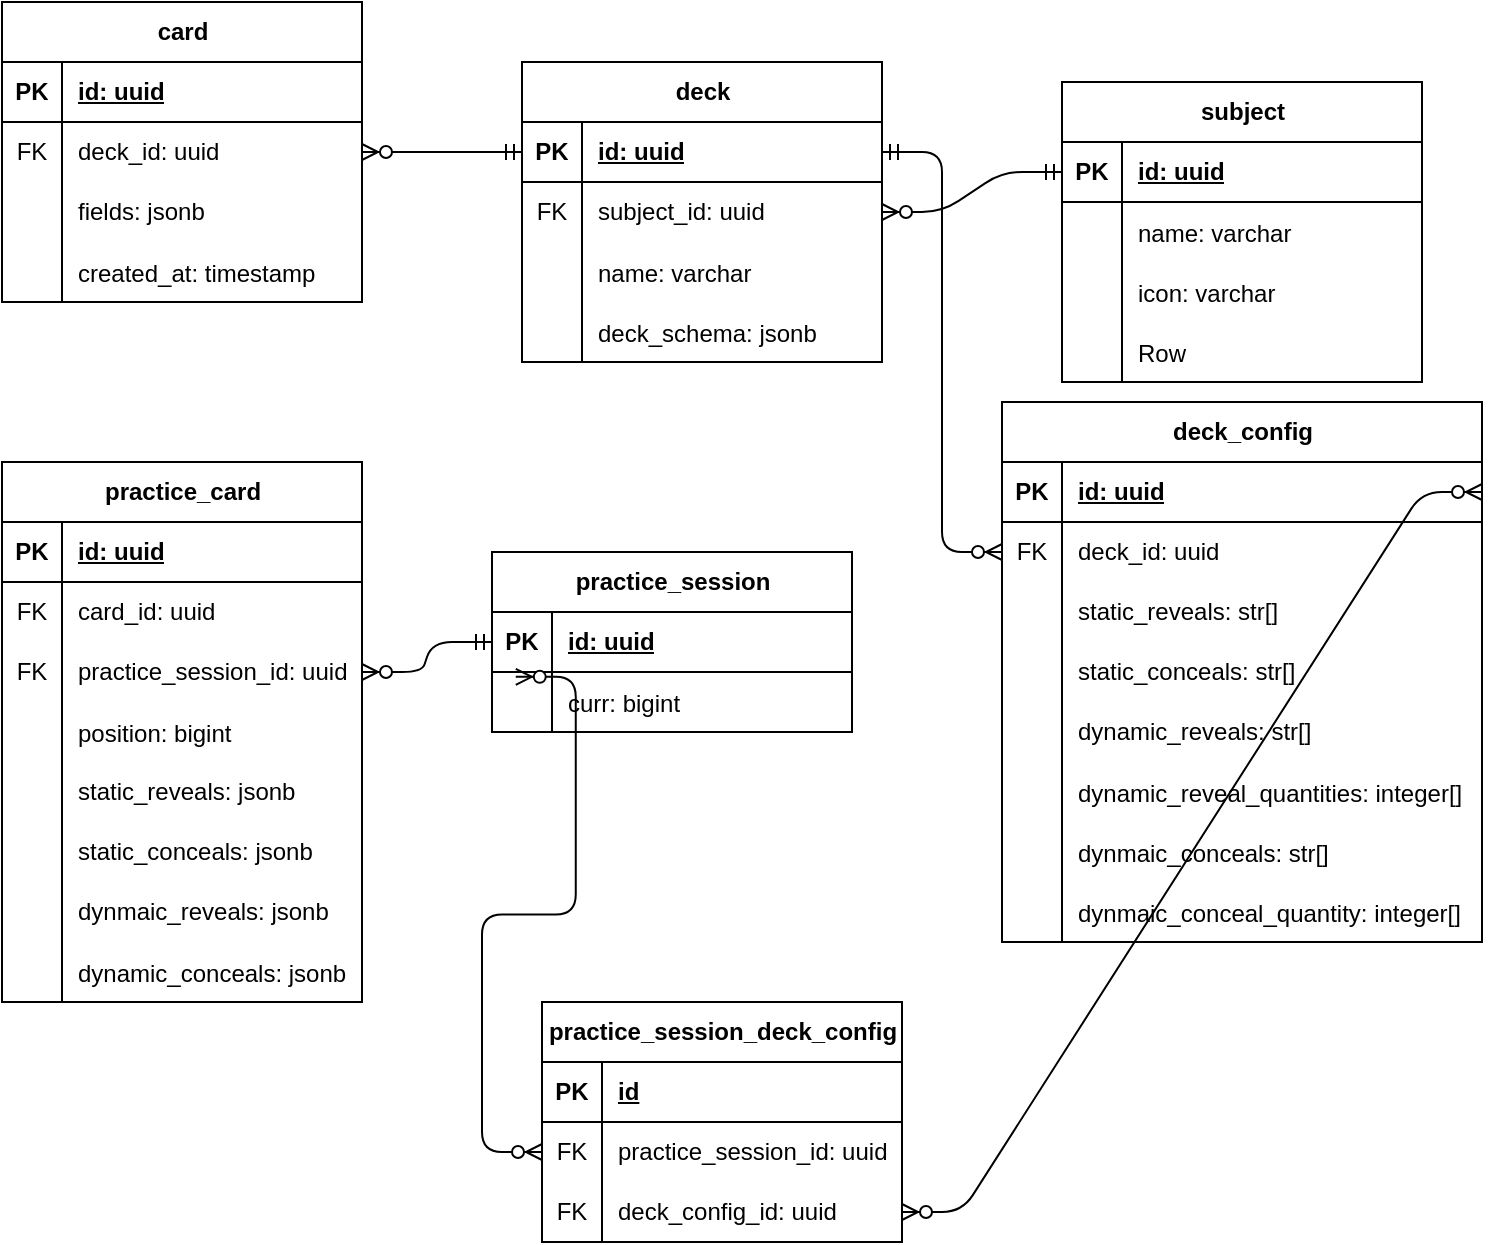
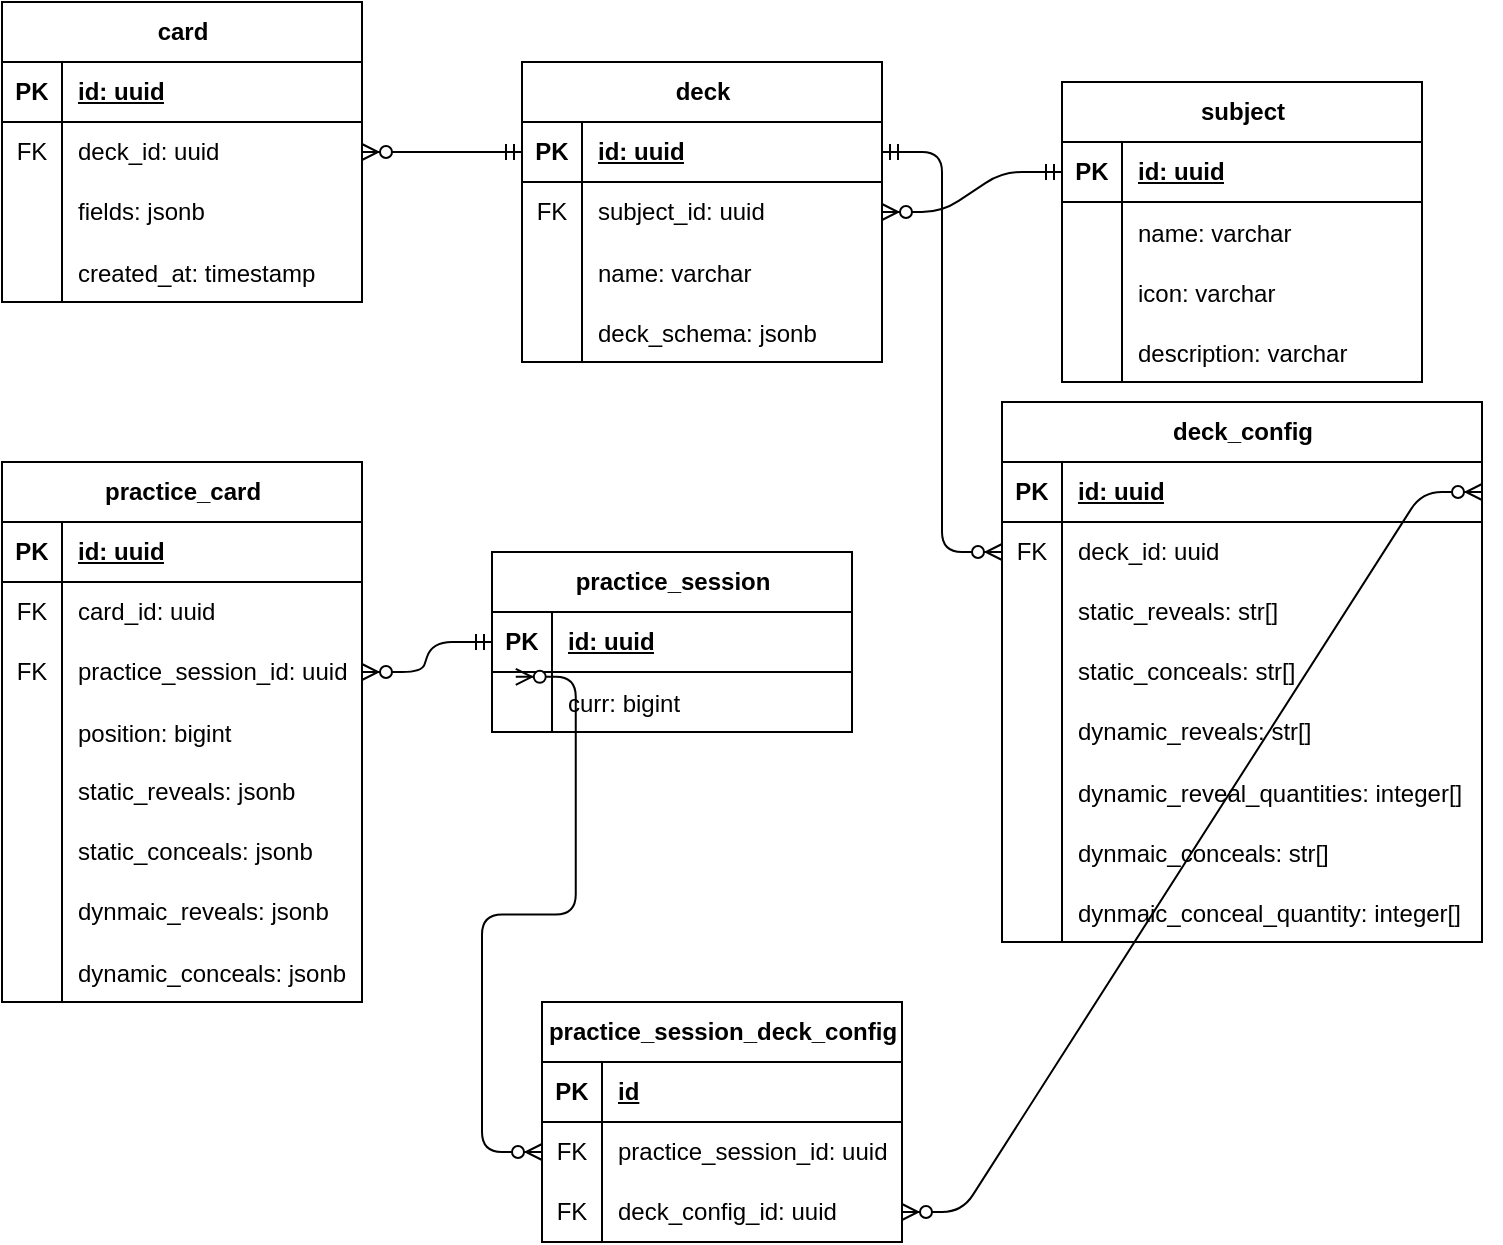
<mxfile host="65bd71144e">
    <diagram name="Page-1" id="E77Z4vSiBEVu_ntfNBje">
        <mxGraphModel dx="786" dy="487" grid="1" gridSize="10" guides="1" tooltips="1" connect="1" arrows="1" fold="1" page="1" pageScale="1" pageWidth="850" pageHeight="1100" math="0" shadow="0">
            <root>
                <mxCell id="0"/>
                <mxCell id="1" parent="0"/>
                <mxCell id="a0jAnDUGsL0N-l5X0XVK-1" value="card" style="shape=table;startSize=30;container=1;collapsible=1;childLayout=tableLayout;fixedRows=1;rowLines=0;fontStyle=1;align=center;resizeLast=1;html=1;" parent="1" vertex="1">
                    <mxGeometry y="80" width="180" height="150" as="geometry"/>
                </mxCell>
                <mxCell id="a0jAnDUGsL0N-l5X0XVK-2" value="" style="shape=tableRow;horizontal=0;startSize=0;swimlaneHead=0;swimlaneBody=0;fillColor=none;collapsible=0;dropTarget=0;points=[[0,0.5],[1,0.5]];portConstraint=eastwest;top=0;left=0;right=0;bottom=1;" parent="a0jAnDUGsL0N-l5X0XVK-1" vertex="1">
                    <mxGeometry y="30" width="180" height="30" as="geometry"/>
                </mxCell>
                <mxCell id="a0jAnDUGsL0N-l5X0XVK-3" value="PK" style="shape=partialRectangle;connectable=0;fillColor=none;top=0;left=0;bottom=0;right=0;fontStyle=1;overflow=hidden;whiteSpace=wrap;html=1;" parent="a0jAnDUGsL0N-l5X0XVK-2" vertex="1">
                    <mxGeometry width="30" height="30" as="geometry">
                        <mxRectangle width="30" height="30" as="alternateBounds"/>
                    </mxGeometry>
                </mxCell>
                <mxCell id="a0jAnDUGsL0N-l5X0XVK-4" value="id: uuid" style="shape=partialRectangle;connectable=0;fillColor=none;top=0;left=0;bottom=0;right=0;align=left;spacingLeft=6;fontStyle=5;overflow=hidden;whiteSpace=wrap;html=1;" parent="a0jAnDUGsL0N-l5X0XVK-2" vertex="1">
                    <mxGeometry x="30" width="150" height="30" as="geometry">
                        <mxRectangle width="150" height="30" as="alternateBounds"/>
                    </mxGeometry>
                </mxCell>
                <mxCell id="a0jAnDUGsL0N-l5X0XVK-39" value="" style="shape=tableRow;horizontal=0;startSize=0;swimlaneHead=0;swimlaneBody=0;fillColor=none;collapsible=0;dropTarget=0;points=[[0,0.5],[1,0.5]];portConstraint=eastwest;top=0;left=0;right=0;bottom=0;" parent="a0jAnDUGsL0N-l5X0XVK-1" vertex="1">
                    <mxGeometry y="60" width="180" height="30" as="geometry"/>
                </mxCell>
                <mxCell id="a0jAnDUGsL0N-l5X0XVK-40" value="FK" style="shape=partialRectangle;connectable=0;fillColor=none;top=0;left=0;bottom=0;right=0;fontStyle=0;overflow=hidden;whiteSpace=wrap;html=1;" parent="a0jAnDUGsL0N-l5X0XVK-39" vertex="1">
                    <mxGeometry width="30" height="30" as="geometry">
                        <mxRectangle width="30" height="30" as="alternateBounds"/>
                    </mxGeometry>
                </mxCell>
                <mxCell id="a0jAnDUGsL0N-l5X0XVK-41" value="deck_id: uuid" style="shape=partialRectangle;connectable=0;fillColor=none;top=0;left=0;bottom=0;right=0;align=left;spacingLeft=6;fontStyle=0;overflow=hidden;whiteSpace=wrap;html=1;" parent="a0jAnDUGsL0N-l5X0XVK-39" vertex="1">
                    <mxGeometry x="30" width="150" height="30" as="geometry">
                        <mxRectangle width="150" height="30" as="alternateBounds"/>
                    </mxGeometry>
                </mxCell>
                <mxCell id="a0jAnDUGsL0N-l5X0XVK-35" value="" style="shape=tableRow;horizontal=0;startSize=0;swimlaneHead=0;swimlaneBody=0;fillColor=none;collapsible=0;dropTarget=0;points=[[0,0.5],[1,0.5]];portConstraint=eastwest;top=0;left=0;right=0;bottom=0;" parent="a0jAnDUGsL0N-l5X0XVK-1" vertex="1">
                    <mxGeometry y="90" width="180" height="30" as="geometry"/>
                </mxCell>
                <mxCell id="a0jAnDUGsL0N-l5X0XVK-36" value="" style="shape=partialRectangle;connectable=0;fillColor=none;top=0;left=0;bottom=0;right=0;editable=1;overflow=hidden;whiteSpace=wrap;html=1;" parent="a0jAnDUGsL0N-l5X0XVK-35" vertex="1">
                    <mxGeometry width="30" height="30" as="geometry">
                        <mxRectangle width="30" height="30" as="alternateBounds"/>
                    </mxGeometry>
                </mxCell>
                <mxCell id="a0jAnDUGsL0N-l5X0XVK-37" value="fields: jsonb" style="shape=partialRectangle;connectable=0;fillColor=none;top=0;left=0;bottom=0;right=0;align=left;spacingLeft=6;overflow=hidden;whiteSpace=wrap;html=1;" parent="a0jAnDUGsL0N-l5X0XVK-35" vertex="1">
                    <mxGeometry x="30" width="150" height="30" as="geometry">
                        <mxRectangle width="150" height="30" as="alternateBounds"/>
                    </mxGeometry>
                </mxCell>
                <mxCell id="a0jAnDUGsL0N-l5X0XVK-70" value="" style="shape=tableRow;horizontal=0;startSize=0;swimlaneHead=0;swimlaneBody=0;fillColor=none;collapsible=0;dropTarget=0;points=[[0,0.5],[1,0.5]];portConstraint=eastwest;top=0;left=0;right=0;bottom=0;" parent="a0jAnDUGsL0N-l5X0XVK-1" vertex="1">
                    <mxGeometry y="120" width="180" height="30" as="geometry"/>
                </mxCell>
                <mxCell id="a0jAnDUGsL0N-l5X0XVK-71" value="" style="shape=partialRectangle;connectable=0;fillColor=none;top=0;left=0;bottom=0;right=0;editable=1;overflow=hidden;" parent="a0jAnDUGsL0N-l5X0XVK-70" vertex="1">
                    <mxGeometry width="30" height="30" as="geometry">
                        <mxRectangle width="30" height="30" as="alternateBounds"/>
                    </mxGeometry>
                </mxCell>
                <mxCell id="a0jAnDUGsL0N-l5X0XVK-72" value="created_at: timestamp" style="shape=partialRectangle;connectable=0;fillColor=none;top=0;left=0;bottom=0;right=0;align=left;spacingLeft=6;overflow=hidden;" parent="a0jAnDUGsL0N-l5X0XVK-70" vertex="1">
                    <mxGeometry x="30" width="150" height="30" as="geometry">
                        <mxRectangle width="150" height="30" as="alternateBounds"/>
                    </mxGeometry>
                </mxCell>
                <mxCell id="a0jAnDUGsL0N-l5X0XVK-22" value="deck" style="shape=table;startSize=30;container=1;collapsible=1;childLayout=tableLayout;fixedRows=1;rowLines=0;fontStyle=1;align=center;resizeLast=1;html=1;" parent="1" vertex="1">
                    <mxGeometry x="260" y="110" width="180" height="150" as="geometry"/>
                </mxCell>
                <mxCell id="a0jAnDUGsL0N-l5X0XVK-23" value="" style="shape=tableRow;horizontal=0;startSize=0;swimlaneHead=0;swimlaneBody=0;fillColor=none;collapsible=0;dropTarget=0;points=[[0,0.5],[1,0.5]];portConstraint=eastwest;top=0;left=0;right=0;bottom=1;" parent="a0jAnDUGsL0N-l5X0XVK-22" vertex="1">
                    <mxGeometry y="30" width="180" height="30" as="geometry"/>
                </mxCell>
                <mxCell id="a0jAnDUGsL0N-l5X0XVK-24" value="PK" style="shape=partialRectangle;connectable=0;fillColor=none;top=0;left=0;bottom=0;right=0;fontStyle=1;overflow=hidden;whiteSpace=wrap;html=1;" parent="a0jAnDUGsL0N-l5X0XVK-23" vertex="1">
                    <mxGeometry width="30" height="30" as="geometry">
                        <mxRectangle width="30" height="30" as="alternateBounds"/>
                    </mxGeometry>
                </mxCell>
                <mxCell id="a0jAnDUGsL0N-l5X0XVK-25" value="id: uuid" style="shape=partialRectangle;connectable=0;fillColor=none;top=0;left=0;bottom=0;right=0;align=left;spacingLeft=6;fontStyle=5;overflow=hidden;whiteSpace=wrap;html=1;" parent="a0jAnDUGsL0N-l5X0XVK-23" vertex="1">
                    <mxGeometry x="30" width="150" height="30" as="geometry">
                        <mxRectangle width="150" height="30" as="alternateBounds"/>
                    </mxGeometry>
                </mxCell>
                <mxCell id="a0jAnDUGsL0N-l5X0XVK-44" value="" style="shape=tableRow;horizontal=0;startSize=0;swimlaneHead=0;swimlaneBody=0;fillColor=none;collapsible=0;dropTarget=0;points=[[0,0.5],[1,0.5]];portConstraint=eastwest;top=0;left=0;right=0;bottom=0;" parent="a0jAnDUGsL0N-l5X0XVK-22" vertex="1">
                    <mxGeometry y="60" width="180" height="30" as="geometry"/>
                </mxCell>
                <mxCell id="a0jAnDUGsL0N-l5X0XVK-45" value="FK" style="shape=partialRectangle;connectable=0;fillColor=none;top=0;left=0;bottom=0;right=0;fontStyle=0;overflow=hidden;whiteSpace=wrap;html=1;" parent="a0jAnDUGsL0N-l5X0XVK-44" vertex="1">
                    <mxGeometry width="30" height="30" as="geometry">
                        <mxRectangle width="30" height="30" as="alternateBounds"/>
                    </mxGeometry>
                </mxCell>
                <mxCell id="a0jAnDUGsL0N-l5X0XVK-46" value="subject_id: uuid" style="shape=partialRectangle;connectable=0;fillColor=none;top=0;left=0;bottom=0;right=0;align=left;spacingLeft=6;fontStyle=0;overflow=hidden;whiteSpace=wrap;html=1;" parent="a0jAnDUGsL0N-l5X0XVK-44" vertex="1">
                    <mxGeometry x="30" width="150" height="30" as="geometry">
                        <mxRectangle width="150" height="30" as="alternateBounds"/>
                    </mxGeometry>
                </mxCell>
                <mxCell id="a0jAnDUGsL0N-l5X0XVK-62" value="" style="shape=tableRow;horizontal=0;startSize=0;swimlaneHead=0;swimlaneBody=0;fillColor=none;collapsible=0;dropTarget=0;points=[[0,0.5],[1,0.5]];portConstraint=eastwest;top=0;left=0;right=0;bottom=0;" parent="a0jAnDUGsL0N-l5X0XVK-22" vertex="1">
                    <mxGeometry y="90" width="180" height="30" as="geometry"/>
                </mxCell>
                <mxCell id="a0jAnDUGsL0N-l5X0XVK-63" value="" style="shape=partialRectangle;connectable=0;fillColor=none;top=0;left=0;bottom=0;right=0;editable=1;overflow=hidden;" parent="a0jAnDUGsL0N-l5X0XVK-62" vertex="1">
                    <mxGeometry width="30" height="30" as="geometry">
                        <mxRectangle width="30" height="30" as="alternateBounds"/>
                    </mxGeometry>
                </mxCell>
                <mxCell id="a0jAnDUGsL0N-l5X0XVK-64" value="name: varchar" style="shape=partialRectangle;connectable=0;fillColor=none;top=0;left=0;bottom=0;right=0;align=left;spacingLeft=6;overflow=hidden;" parent="a0jAnDUGsL0N-l5X0XVK-62" vertex="1">
                    <mxGeometry x="30" width="150" height="30" as="geometry">
                        <mxRectangle width="150" height="30" as="alternateBounds"/>
                    </mxGeometry>
                </mxCell>
                <mxCell id="3" value="" style="shape=tableRow;horizontal=0;startSize=0;swimlaneHead=0;swimlaneBody=0;fillColor=none;collapsible=0;dropTarget=0;points=[[0,0.5],[1,0.5]];portConstraint=eastwest;top=0;left=0;right=0;bottom=0;" parent="a0jAnDUGsL0N-l5X0XVK-22" vertex="1">
                    <mxGeometry y="120" width="180" height="30" as="geometry"/>
                </mxCell>
                <mxCell id="4" value="" style="shape=partialRectangle;connectable=0;fillColor=none;top=0;left=0;bottom=0;right=0;editable=1;overflow=hidden;" parent="3" vertex="1">
                    <mxGeometry width="30" height="30" as="geometry">
                        <mxRectangle width="30" height="30" as="alternateBounds"/>
                    </mxGeometry>
                </mxCell>
                <mxCell id="5" value="deck_schema: jsonb" style="shape=partialRectangle;connectable=0;fillColor=none;top=0;left=0;bottom=0;right=0;align=left;spacingLeft=6;overflow=hidden;" parent="3" vertex="1">
                    <mxGeometry x="30" width="150" height="30" as="geometry">
                        <mxRectangle width="150" height="30" as="alternateBounds"/>
                    </mxGeometry>
                </mxCell>
                <mxCell id="a0jAnDUGsL0N-l5X0XVK-47" value="subject" style="shape=table;startSize=30;container=1;collapsible=1;childLayout=tableLayout;fixedRows=1;rowLines=0;fontStyle=1;align=center;resizeLast=1;html=1;" parent="1" vertex="1">
                    <mxGeometry x="530" y="120" width="180" height="150" as="geometry"/>
                </mxCell>
                <mxCell id="a0jAnDUGsL0N-l5X0XVK-48" value="" style="shape=tableRow;horizontal=0;startSize=0;swimlaneHead=0;swimlaneBody=0;fillColor=none;collapsible=0;dropTarget=0;points=[[0,0.5],[1,0.5]];portConstraint=eastwest;top=0;left=0;right=0;bottom=1;" parent="a0jAnDUGsL0N-l5X0XVK-47" vertex="1">
                    <mxGeometry y="30" width="180" height="30" as="geometry"/>
                </mxCell>
                <mxCell id="a0jAnDUGsL0N-l5X0XVK-49" value="PK" style="shape=partialRectangle;connectable=0;fillColor=none;top=0;left=0;bottom=0;right=0;fontStyle=1;overflow=hidden;whiteSpace=wrap;html=1;" parent="a0jAnDUGsL0N-l5X0XVK-48" vertex="1">
                    <mxGeometry width="30" height="30" as="geometry">
                        <mxRectangle width="30" height="30" as="alternateBounds"/>
                    </mxGeometry>
                </mxCell>
                <mxCell id="a0jAnDUGsL0N-l5X0XVK-50" value="id: uuid" style="shape=partialRectangle;connectable=0;fillColor=none;top=0;left=0;bottom=0;right=0;align=left;spacingLeft=6;fontStyle=5;overflow=hidden;whiteSpace=wrap;html=1;" parent="a0jAnDUGsL0N-l5X0XVK-48" vertex="1">
                    <mxGeometry x="30" width="150" height="30" as="geometry">
                        <mxRectangle width="150" height="30" as="alternateBounds"/>
                    </mxGeometry>
                </mxCell>
                <mxCell id="a0jAnDUGsL0N-l5X0XVK-66" value="" style="shape=tableRow;horizontal=0;startSize=0;swimlaneHead=0;swimlaneBody=0;fillColor=none;collapsible=0;dropTarget=0;points=[[0,0.5],[1,0.5]];portConstraint=eastwest;top=0;left=0;right=0;bottom=0;" parent="a0jAnDUGsL0N-l5X0XVK-47" vertex="1">
                    <mxGeometry y="60" width="180" height="30" as="geometry"/>
                </mxCell>
                <mxCell id="a0jAnDUGsL0N-l5X0XVK-67" value="" style="shape=partialRectangle;connectable=0;fillColor=none;top=0;left=0;bottom=0;right=0;editable=1;overflow=hidden;" parent="a0jAnDUGsL0N-l5X0XVK-66" vertex="1">
                    <mxGeometry width="30" height="30" as="geometry">
                        <mxRectangle width="30" height="30" as="alternateBounds"/>
                    </mxGeometry>
                </mxCell>
                <mxCell id="a0jAnDUGsL0N-l5X0XVK-68" value="name: varchar" style="shape=partialRectangle;connectable=0;fillColor=none;top=0;left=0;bottom=0;right=0;align=left;spacingLeft=6;overflow=hidden;" parent="a0jAnDUGsL0N-l5X0XVK-66" vertex="1">
                    <mxGeometry x="30" width="150" height="30" as="geometry">
                        <mxRectangle width="150" height="30" as="alternateBounds"/>
                    </mxGeometry>
                </mxCell>
-                 <mxCell id="119" value="" style="shape=tableRow;horizontal=0;startSize=0;swimlaneHead=0;swimlaneBody=0;fillColor=none;collapsible=0;dropTarget=0;points=[[0,0.5],[1,0.5]];portConstraint=eastwest;top=0;left=0;right=0;bottom=0;" vertex="1" parent="a0jAnDUGsL0N-l5X0XVK-47">
+                 <mxCell id="119" value="" style="shape=tableRow;horizontal=0;startSize=0;swimlaneHead=0;swimlaneBody=0;fillColor=none;collapsible=0;dropTarget=0;points=[[0,0.5],[1,0.5]];portConstraint=eastwest;top=0;left=0;right=0;bottom=0;" parent="a0jAnDUGsL0N-l5X0XVK-47" vertex="1">
                    <mxGeometry y="90" width="180" height="30" as="geometry"/>
                </mxCell>
-                 <mxCell id="120" value="" style="shape=partialRectangle;connectable=0;fillColor=none;top=0;left=0;bottom=0;right=0;editable=1;overflow=hidden;" vertex="1" parent="119">
-                     <mxGeometry width="30" height="30" as="geometry">
-                         <mxRectangle width="30" height="30" as="alternateBounds"/>
-                     </mxGeometry>
-                 </mxCell>
-                 <mxCell id="121" value="icon: varchar" style="shape=partialRectangle;connectable=0;fillColor=none;top=0;left=0;bottom=0;right=0;align=left;spacingLeft=6;overflow=hidden;" vertex="1" parent="119">
-                     <mxGeometry x="30" width="150" height="30" as="geometry">
-                         <mxRectangle width="150" height="30" as="alternateBounds"/>
-                     </mxGeometry>
-                 </mxCell>
-                 <mxCell id="122" value="" style="shape=tableRow;horizontal=0;startSize=0;swimlaneHead=0;swimlaneBody=0;fillColor=none;collapsible=0;dropTarget=0;points=[[0,0.5],[1,0.5]];portConstraint=eastwest;top=0;left=0;right=0;bottom=0;" vertex="1" parent="a0jAnDUGsL0N-l5X0XVK-47">
+                 <mxCell id="120" value="" style="shape=partialRectangle;connectable=0;fillColor=none;top=0;left=0;bottom=0;right=0;editable=1;overflow=hidden;" parent="119" vertex="1">
+                     <mxGeometry width="30" height="30" as="geometry">
+                         <mxRectangle width="30" height="30" as="alternateBounds"/>
+                     </mxGeometry>
+                 </mxCell>
+                 <mxCell id="121" value="icon: varchar" style="shape=partialRectangle;connectable=0;fillColor=none;top=0;left=0;bottom=0;right=0;align=left;spacingLeft=6;overflow=hidden;" parent="119" vertex="1">
+                     <mxGeometry x="30" width="150" height="30" as="geometry">
+                         <mxRectangle width="150" height="30" as="alternateBounds"/>
+                     </mxGeometry>
+                 </mxCell>
+                 <mxCell id="122" value="" style="shape=tableRow;horizontal=0;startSize=0;swimlaneHead=0;swimlaneBody=0;fillColor=none;collapsible=0;dropTarget=0;points=[[0,0.5],[1,0.5]];portConstraint=eastwest;top=0;left=0;right=0;bottom=0;" parent="a0jAnDUGsL0N-l5X0XVK-47" vertex="1">
                    <mxGeometry y="120" width="180" height="30" as="geometry"/>
                </mxCell>
-                 <mxCell id="123" value="" style="shape=partialRectangle;connectable=0;fillColor=none;top=0;left=0;bottom=0;right=0;editable=1;overflow=hidden;" vertex="1" parent="122">
-                     <mxGeometry width="30" height="30" as="geometry">
-                         <mxRectangle width="30" height="30" as="alternateBounds"/>
-                     </mxGeometry>
-                 </mxCell>
-                 <mxCell id="124" value="Row" style="shape=partialRectangle;connectable=0;fillColor=none;top=0;left=0;bottom=0;right=0;align=left;spacingLeft=6;overflow=hidden;" vertex="1" parent="122">
+                 <mxCell id="123" value="" style="shape=partialRectangle;connectable=0;fillColor=none;top=0;left=0;bottom=0;right=0;editable=1;overflow=hidden;" parent="122" vertex="1">
+                     <mxGeometry width="30" height="30" as="geometry">
+                         <mxRectangle width="30" height="30" as="alternateBounds"/>
+                     </mxGeometry>
+                 </mxCell>
+                 <mxCell id="124" value="description: varchar" style="shape=partialRectangle;connectable=0;fillColor=none;top=0;left=0;bottom=0;right=0;align=left;spacingLeft=6;overflow=hidden;" parent="122" vertex="1">
                    <mxGeometry x="30" width="150" height="30" as="geometry">
                        <mxRectangle width="150" height="30" as="alternateBounds"/>
                    </mxGeometry>
                </mxCell>
                <mxCell id="6" value="deck_config" style="shape=table;startSize=30;container=1;collapsible=1;childLayout=tableLayout;fixedRows=1;rowLines=0;fontStyle=1;align=center;resizeLast=1;html=1;" parent="1" vertex="1">
                    <mxGeometry x="500" y="280" width="240" height="270" as="geometry"/>
                </mxCell>
                <mxCell id="7" value="" style="shape=tableRow;horizontal=0;startSize=0;swimlaneHead=0;swimlaneBody=0;fillColor=none;collapsible=0;dropTarget=0;points=[[0,0.5],[1,0.5]];portConstraint=eastwest;top=0;left=0;right=0;bottom=1;" parent="6" vertex="1">
                    <mxGeometry y="30" width="240" height="30" as="geometry"/>
                </mxCell>
                <mxCell id="8" value="PK" style="shape=partialRectangle;connectable=0;fillColor=none;top=0;left=0;bottom=0;right=0;fontStyle=1;overflow=hidden;whiteSpace=wrap;html=1;" parent="7" vertex="1">
                    <mxGeometry width="30" height="30" as="geometry">
                        <mxRectangle width="30" height="30" as="alternateBounds"/>
                    </mxGeometry>
                </mxCell>
                <mxCell id="9" value="id: uuid" style="shape=partialRectangle;connectable=0;fillColor=none;top=0;left=0;bottom=0;right=0;align=left;spacingLeft=6;fontStyle=5;overflow=hidden;whiteSpace=wrap;html=1;" parent="7" vertex="1">
                    <mxGeometry x="30" width="210" height="30" as="geometry">
                        <mxRectangle width="210" height="30" as="alternateBounds"/>
                    </mxGeometry>
                </mxCell>
                <mxCell id="20" value="" style="shape=tableRow;horizontal=0;startSize=0;swimlaneHead=0;swimlaneBody=0;fillColor=none;collapsible=0;dropTarget=0;points=[[0,0.5],[1,0.5]];portConstraint=eastwest;top=0;left=0;right=0;bottom=0;" parent="6" vertex="1">
                    <mxGeometry y="60" width="240" height="30" as="geometry"/>
                </mxCell>
                <mxCell id="21" value="FK" style="shape=partialRectangle;connectable=0;fillColor=none;top=0;left=0;bottom=0;right=0;fontStyle=0;overflow=hidden;whiteSpace=wrap;html=1;" parent="20" vertex="1">
                    <mxGeometry width="30" height="30" as="geometry">
                        <mxRectangle width="30" height="30" as="alternateBounds"/>
                    </mxGeometry>
                </mxCell>
                <mxCell id="22" value="deck_id: uuid" style="shape=partialRectangle;connectable=0;fillColor=none;top=0;left=0;bottom=0;right=0;align=left;spacingLeft=6;fontStyle=0;overflow=hidden;whiteSpace=wrap;html=1;" parent="20" vertex="1">
                    <mxGeometry x="30" width="210" height="30" as="geometry">
                        <mxRectangle width="210" height="30" as="alternateBounds"/>
                    </mxGeometry>
                </mxCell>
                <mxCell id="10" value="" style="shape=tableRow;horizontal=0;startSize=0;swimlaneHead=0;swimlaneBody=0;fillColor=none;collapsible=0;dropTarget=0;points=[[0,0.5],[1,0.5]];portConstraint=eastwest;top=0;left=0;right=0;bottom=0;" parent="6" vertex="1">
                    <mxGeometry y="90" width="240" height="30" as="geometry"/>
                </mxCell>
                <mxCell id="11" value="" style="shape=partialRectangle;connectable=0;fillColor=none;top=0;left=0;bottom=0;right=0;editable=1;overflow=hidden;whiteSpace=wrap;html=1;" parent="10" vertex="1">
                    <mxGeometry width="30" height="30" as="geometry">
                        <mxRectangle width="30" height="30" as="alternateBounds"/>
                    </mxGeometry>
                </mxCell>
                <mxCell id="12" value="static_reveals: str[]" style="shape=partialRectangle;connectable=0;fillColor=none;top=0;left=0;bottom=0;right=0;align=left;spacingLeft=6;overflow=hidden;whiteSpace=wrap;html=1;" parent="10" vertex="1">
                    <mxGeometry x="30" width="210" height="30" as="geometry">
                        <mxRectangle width="210" height="30" as="alternateBounds"/>
                    </mxGeometry>
                </mxCell>
                <mxCell id="13" value="" style="shape=tableRow;horizontal=0;startSize=0;swimlaneHead=0;swimlaneBody=0;fillColor=none;collapsible=0;dropTarget=0;points=[[0,0.5],[1,0.5]];portConstraint=eastwest;top=0;left=0;right=0;bottom=0;" parent="6" vertex="1">
                    <mxGeometry y="120" width="240" height="30" as="geometry"/>
                </mxCell>
                <mxCell id="14" value="" style="shape=partialRectangle;connectable=0;fillColor=none;top=0;left=0;bottom=0;right=0;editable=1;overflow=hidden;whiteSpace=wrap;html=1;" parent="13" vertex="1">
                    <mxGeometry width="30" height="30" as="geometry">
                        <mxRectangle width="30" height="30" as="alternateBounds"/>
                    </mxGeometry>
                </mxCell>
                <mxCell id="15" value="static_conceals: str[]" style="shape=partialRectangle;connectable=0;fillColor=none;top=0;left=0;bottom=0;right=0;align=left;spacingLeft=6;overflow=hidden;whiteSpace=wrap;html=1;" parent="13" vertex="1">
                    <mxGeometry x="30" width="210" height="30" as="geometry">
                        <mxRectangle width="210" height="30" as="alternateBounds"/>
                    </mxGeometry>
                </mxCell>
                <mxCell id="16" value="" style="shape=tableRow;horizontal=0;startSize=0;swimlaneHead=0;swimlaneBody=0;fillColor=none;collapsible=0;dropTarget=0;points=[[0,0.5],[1,0.5]];portConstraint=eastwest;top=0;left=0;right=0;bottom=0;" parent="6" vertex="1">
                    <mxGeometry y="150" width="240" height="30" as="geometry"/>
                </mxCell>
                <mxCell id="17" value="" style="shape=partialRectangle;connectable=0;fillColor=none;top=0;left=0;bottom=0;right=0;editable=1;overflow=hidden;whiteSpace=wrap;html=1;" parent="16" vertex="1">
                    <mxGeometry width="30" height="30" as="geometry">
                        <mxRectangle width="30" height="30" as="alternateBounds"/>
                    </mxGeometry>
                </mxCell>
                <mxCell id="18" value="dynamic_reveals: str[]" style="shape=partialRectangle;connectable=0;fillColor=none;top=0;left=0;bottom=0;right=0;align=left;spacingLeft=6;overflow=hidden;whiteSpace=wrap;html=1;" parent="16" vertex="1">
                    <mxGeometry x="30" width="210" height="30" as="geometry">
                        <mxRectangle width="210" height="30" as="alternateBounds"/>
                    </mxGeometry>
                </mxCell>
                <mxCell id="24" value="" style="shape=tableRow;horizontal=0;startSize=0;swimlaneHead=0;swimlaneBody=0;fillColor=none;collapsible=0;dropTarget=0;points=[[0,0.5],[1,0.5]];portConstraint=eastwest;top=0;left=0;right=0;bottom=0;" parent="6" vertex="1">
                    <mxGeometry y="180" width="240" height="30" as="geometry"/>
                </mxCell>
                <mxCell id="25" value="" style="shape=partialRectangle;connectable=0;fillColor=none;top=0;left=0;bottom=0;right=0;editable=1;overflow=hidden;" parent="24" vertex="1">
                    <mxGeometry width="30" height="30" as="geometry">
                        <mxRectangle width="30" height="30" as="alternateBounds"/>
                    </mxGeometry>
                </mxCell>
                <mxCell id="26" value="dynamic_reveal_quantities: integer[]" style="shape=partialRectangle;connectable=0;fillColor=none;top=0;left=0;bottom=0;right=0;align=left;spacingLeft=6;overflow=hidden;" parent="24" vertex="1">
                    <mxGeometry x="30" width="210" height="30" as="geometry">
                        <mxRectangle width="210" height="30" as="alternateBounds"/>
                    </mxGeometry>
                </mxCell>
                <mxCell id="29" value="" style="shape=tableRow;horizontal=0;startSize=0;swimlaneHead=0;swimlaneBody=0;fillColor=none;collapsible=0;dropTarget=0;points=[[0,0.5],[1,0.5]];portConstraint=eastwest;top=0;left=0;right=0;bottom=0;" parent="6" vertex="1">
                    <mxGeometry y="210" width="240" height="30" as="geometry"/>
                </mxCell>
                <mxCell id="30" value="" style="shape=partialRectangle;connectable=0;fillColor=none;top=0;left=0;bottom=0;right=0;editable=1;overflow=hidden;" parent="29" vertex="1">
                    <mxGeometry width="30" height="30" as="geometry">
                        <mxRectangle width="30" height="30" as="alternateBounds"/>
                    </mxGeometry>
                </mxCell>
                <mxCell id="31" value="dynmaic_conceals: str[]" style="shape=partialRectangle;connectable=0;fillColor=none;top=0;left=0;bottom=0;right=0;align=left;spacingLeft=6;overflow=hidden;" parent="29" vertex="1">
                    <mxGeometry x="30" width="210" height="30" as="geometry">
                        <mxRectangle width="210" height="30" as="alternateBounds"/>
                    </mxGeometry>
                </mxCell>
                <mxCell id="33" value="" style="shape=tableRow;horizontal=0;startSize=0;swimlaneHead=0;swimlaneBody=0;fillColor=none;collapsible=0;dropTarget=0;points=[[0,0.5],[1,0.5]];portConstraint=eastwest;top=0;left=0;right=0;bottom=0;" parent="6" vertex="1">
                    <mxGeometry y="240" width="240" height="30" as="geometry"/>
                </mxCell>
                <mxCell id="34" value="" style="shape=partialRectangle;connectable=0;fillColor=none;top=0;left=0;bottom=0;right=0;editable=1;overflow=hidden;" parent="33" vertex="1">
                    <mxGeometry width="30" height="30" as="geometry">
                        <mxRectangle width="30" height="30" as="alternateBounds"/>
                    </mxGeometry>
                </mxCell>
                <mxCell id="35" value="dynmaic_conceal_quantity: integer[]" style="shape=partialRectangle;connectable=0;fillColor=none;top=0;left=0;bottom=0;right=0;align=left;spacingLeft=6;overflow=hidden;" parent="33" vertex="1">
                    <mxGeometry x="30" width="210" height="30" as="geometry">
                        <mxRectangle width="210" height="30" as="alternateBounds"/>
                    </mxGeometry>
                </mxCell>
                <mxCell id="41" value="" style="edgeStyle=entityRelationEdgeStyle;fontSize=12;html=1;endArrow=ERzeroToMany;startArrow=ERmandOne;entryX=0;entryY=0.5;entryDx=0;entryDy=0;exitX=1;exitY=0.5;exitDx=0;exitDy=0;" parent="1" source="a0jAnDUGsL0N-l5X0XVK-23" target="20" edge="1">
                    <mxGeometry width="100" height="100" relative="1" as="geometry">
                        <mxPoint x="300" y="350" as="sourcePoint"/>
                        <mxPoint x="400" y="250" as="targetPoint"/>
                    </mxGeometry>
                </mxCell>
                <mxCell id="42" value="" style="edgeStyle=entityRelationEdgeStyle;fontSize=12;html=1;endArrow=ERzeroToMany;startArrow=ERmandOne;entryX=1;entryY=0.5;entryDx=0;entryDy=0;exitX=0;exitY=0.5;exitDx=0;exitDy=0;" parent="1" source="a0jAnDUGsL0N-l5X0XVK-23" target="a0jAnDUGsL0N-l5X0XVK-39" edge="1">
                    <mxGeometry width="100" height="100" relative="1" as="geometry">
                        <mxPoint x="300" y="350" as="sourcePoint"/>
                        <mxPoint x="220" y="250" as="targetPoint"/>
                    </mxGeometry>
                </mxCell>
                <mxCell id="43" value="" style="edgeStyle=entityRelationEdgeStyle;fontSize=12;html=1;endArrow=ERzeroToMany;startArrow=ERmandOne;entryX=1;entryY=0.5;entryDx=0;entryDy=0;exitX=0;exitY=0.5;exitDx=0;exitDy=0;" parent="1" source="a0jAnDUGsL0N-l5X0XVK-48" target="a0jAnDUGsL0N-l5X0XVK-44" edge="1">
                    <mxGeometry width="100" height="100" relative="1" as="geometry">
                        <mxPoint x="300" y="350" as="sourcePoint"/>
                        <mxPoint x="400" y="250" as="targetPoint"/>
                    </mxGeometry>
                </mxCell>
                <mxCell id="44" value="practice_card" style="shape=table;startSize=30;container=1;collapsible=1;childLayout=tableLayout;fixedRows=1;rowLines=0;fontStyle=1;align=center;resizeLast=1;html=1;" parent="1" vertex="1">
                    <mxGeometry y="310" width="180" height="270" as="geometry"/>
                </mxCell>
                <mxCell id="45" value="" style="shape=tableRow;horizontal=0;startSize=0;swimlaneHead=0;swimlaneBody=0;fillColor=none;collapsible=0;dropTarget=0;points=[[0,0.5],[1,0.5]];portConstraint=eastwest;top=0;left=0;right=0;bottom=1;" parent="44" vertex="1">
                    <mxGeometry y="30" width="180" height="30" as="geometry"/>
                </mxCell>
                <mxCell id="46" value="PK" style="shape=partialRectangle;connectable=0;fillColor=none;top=0;left=0;bottom=0;right=0;fontStyle=1;overflow=hidden;whiteSpace=wrap;html=1;" parent="45" vertex="1">
                    <mxGeometry width="30" height="30" as="geometry">
                        <mxRectangle width="30" height="30" as="alternateBounds"/>
                    </mxGeometry>
                </mxCell>
                <mxCell id="47" value="id: uuid" style="shape=partialRectangle;connectable=0;fillColor=none;top=0;left=0;bottom=0;right=0;align=left;spacingLeft=6;fontStyle=5;overflow=hidden;whiteSpace=wrap;html=1;" parent="45" vertex="1">
                    <mxGeometry x="30" width="150" height="30" as="geometry">
                        <mxRectangle width="150" height="30" as="alternateBounds"/>
                    </mxGeometry>
                </mxCell>
                <mxCell id="62" value="" style="shape=tableRow;horizontal=0;startSize=0;swimlaneHead=0;swimlaneBody=0;fillColor=none;collapsible=0;dropTarget=0;points=[[0,0.5],[1,0.5]];portConstraint=eastwest;top=0;left=0;right=0;bottom=0;" parent="44" vertex="1">
                    <mxGeometry y="60" width="180" height="30" as="geometry"/>
                </mxCell>
                <mxCell id="63" value="FK" style="shape=partialRectangle;connectable=0;fillColor=none;top=0;left=0;bottom=0;right=0;fontStyle=0;overflow=hidden;whiteSpace=wrap;html=1;" parent="62" vertex="1">
                    <mxGeometry width="30" height="30" as="geometry">
                        <mxRectangle width="30" height="30" as="alternateBounds"/>
                    </mxGeometry>
                </mxCell>
                <mxCell id="64" value="card_id: uuid" style="shape=partialRectangle;connectable=0;fillColor=none;top=0;left=0;bottom=0;right=0;align=left;spacingLeft=6;fontStyle=0;overflow=hidden;whiteSpace=wrap;html=1;" parent="62" vertex="1">
                    <mxGeometry x="30" width="150" height="30" as="geometry">
                        <mxRectangle width="150" height="30" as="alternateBounds"/>
                    </mxGeometry>
                </mxCell>
                <mxCell id="83" value="" style="shape=tableRow;horizontal=0;startSize=0;swimlaneHead=0;swimlaneBody=0;fillColor=none;collapsible=0;dropTarget=0;points=[[0,0.5],[1,0.5]];portConstraint=eastwest;top=0;left=0;right=0;bottom=0;" parent="44" vertex="1">
                    <mxGeometry y="90" width="180" height="30" as="geometry"/>
                </mxCell>
                <mxCell id="84" value="FK" style="shape=partialRectangle;connectable=0;fillColor=none;top=0;left=0;bottom=0;right=0;fontStyle=0;overflow=hidden;whiteSpace=wrap;html=1;" parent="83" vertex="1">
                    <mxGeometry width="30" height="30" as="geometry">
                        <mxRectangle width="30" height="30" as="alternateBounds"/>
                    </mxGeometry>
                </mxCell>
                <mxCell id="85" value="practice_session_id: uuid" style="shape=partialRectangle;connectable=0;fillColor=none;top=0;left=0;bottom=0;right=0;align=left;spacingLeft=6;fontStyle=0;overflow=hidden;whiteSpace=wrap;html=1;" parent="83" vertex="1">
                    <mxGeometry x="30" width="150" height="30" as="geometry">
                        <mxRectangle width="150" height="30" as="alternateBounds"/>
                    </mxGeometry>
                </mxCell>
                <mxCell id="79" value="" style="shape=tableRow;horizontal=0;startSize=0;swimlaneHead=0;swimlaneBody=0;fillColor=none;collapsible=0;dropTarget=0;points=[[0,0.5],[1,0.5]];portConstraint=eastwest;top=0;left=0;right=0;bottom=0;" parent="44" vertex="1">
                    <mxGeometry y="120" width="180" height="30" as="geometry"/>
                </mxCell>
                <mxCell id="80" value="" style="shape=partialRectangle;connectable=0;fillColor=none;top=0;left=0;bottom=0;right=0;editable=1;overflow=hidden;" parent="79" vertex="1">
                    <mxGeometry width="30" height="30" as="geometry">
                        <mxRectangle width="30" height="30" as="alternateBounds"/>
                    </mxGeometry>
                </mxCell>
                <mxCell id="81" value="position: bigint" style="shape=partialRectangle;connectable=0;fillColor=none;top=0;left=0;bottom=0;right=0;align=left;spacingLeft=6;overflow=hidden;" parent="79" vertex="1">
                    <mxGeometry x="30" width="150" height="30" as="geometry">
                        <mxRectangle width="150" height="30" as="alternateBounds"/>
                    </mxGeometry>
                </mxCell>
                <mxCell id="48" value="" style="shape=tableRow;horizontal=0;startSize=0;swimlaneHead=0;swimlaneBody=0;fillColor=none;collapsible=0;dropTarget=0;points=[[0,0.5],[1,0.5]];portConstraint=eastwest;top=0;left=0;right=0;bottom=0;" parent="44" vertex="1">
                    <mxGeometry y="150" width="180" height="30" as="geometry"/>
                </mxCell>
                <mxCell id="49" value="" style="shape=partialRectangle;connectable=0;fillColor=none;top=0;left=0;bottom=0;right=0;editable=1;overflow=hidden;whiteSpace=wrap;html=1;" parent="48" vertex="1">
                    <mxGeometry width="30" height="30" as="geometry">
                        <mxRectangle width="30" height="30" as="alternateBounds"/>
                    </mxGeometry>
                </mxCell>
                <mxCell id="50" value="static_reveals: jsonb" style="shape=partialRectangle;connectable=0;fillColor=none;top=0;left=0;bottom=0;right=0;align=left;spacingLeft=6;overflow=hidden;whiteSpace=wrap;html=1;" parent="48" vertex="1">
                    <mxGeometry x="30" width="150" height="30" as="geometry">
                        <mxRectangle width="150" height="30" as="alternateBounds"/>
                    </mxGeometry>
                </mxCell>
                <mxCell id="51" value="" style="shape=tableRow;horizontal=0;startSize=0;swimlaneHead=0;swimlaneBody=0;fillColor=none;collapsible=0;dropTarget=0;points=[[0,0.5],[1,0.5]];portConstraint=eastwest;top=0;left=0;right=0;bottom=0;" parent="44" vertex="1">
                    <mxGeometry y="180" width="180" height="30" as="geometry"/>
                </mxCell>
                <mxCell id="52" value="" style="shape=partialRectangle;connectable=0;fillColor=none;top=0;left=0;bottom=0;right=0;editable=1;overflow=hidden;whiteSpace=wrap;html=1;" parent="51" vertex="1">
                    <mxGeometry width="30" height="30" as="geometry">
                        <mxRectangle width="30" height="30" as="alternateBounds"/>
                    </mxGeometry>
                </mxCell>
                <mxCell id="53" value="static_conceals: jsonb" style="shape=partialRectangle;connectable=0;fillColor=none;top=0;left=0;bottom=0;right=0;align=left;spacingLeft=6;overflow=hidden;whiteSpace=wrap;html=1;" parent="51" vertex="1">
                    <mxGeometry x="30" width="150" height="30" as="geometry">
                        <mxRectangle width="150" height="30" as="alternateBounds"/>
                    </mxGeometry>
                </mxCell>
                <mxCell id="54" value="" style="shape=tableRow;horizontal=0;startSize=0;swimlaneHead=0;swimlaneBody=0;fillColor=none;collapsible=0;dropTarget=0;points=[[0,0.5],[1,0.5]];portConstraint=eastwest;top=0;left=0;right=0;bottom=0;" parent="44" vertex="1">
                    <mxGeometry y="210" width="180" height="30" as="geometry"/>
                </mxCell>
                <mxCell id="55" value="" style="shape=partialRectangle;connectable=0;fillColor=none;top=0;left=0;bottom=0;right=0;editable=1;overflow=hidden;whiteSpace=wrap;html=1;" parent="54" vertex="1">
                    <mxGeometry width="30" height="30" as="geometry">
                        <mxRectangle width="30" height="30" as="alternateBounds"/>
                    </mxGeometry>
                </mxCell>
                <mxCell id="56" value="dynmaic_reveals: jsonb" style="shape=partialRectangle;connectable=0;fillColor=none;top=0;left=0;bottom=0;right=0;align=left;spacingLeft=6;overflow=hidden;whiteSpace=wrap;html=1;" parent="54" vertex="1">
                    <mxGeometry x="30" width="150" height="30" as="geometry">
                        <mxRectangle width="150" height="30" as="alternateBounds"/>
                    </mxGeometry>
                </mxCell>
                <mxCell id="58" value="" style="shape=tableRow;horizontal=0;startSize=0;swimlaneHead=0;swimlaneBody=0;fillColor=none;collapsible=0;dropTarget=0;points=[[0,0.5],[1,0.5]];portConstraint=eastwest;top=0;left=0;right=0;bottom=0;" parent="44" vertex="1">
                    <mxGeometry y="240" width="180" height="30" as="geometry"/>
                </mxCell>
                <mxCell id="59" value="" style="shape=partialRectangle;connectable=0;fillColor=none;top=0;left=0;bottom=0;right=0;editable=1;overflow=hidden;" parent="58" vertex="1">
                    <mxGeometry width="30" height="30" as="geometry">
                        <mxRectangle width="30" height="30" as="alternateBounds"/>
                    </mxGeometry>
                </mxCell>
                <mxCell id="60" value="dynamic_conceals: jsonb" style="shape=partialRectangle;connectable=0;fillColor=none;top=0;left=0;bottom=0;right=0;align=left;spacingLeft=6;overflow=hidden;" parent="58" vertex="1">
                    <mxGeometry x="30" width="150" height="30" as="geometry">
                        <mxRectangle width="150" height="30" as="alternateBounds"/>
                    </mxGeometry>
                </mxCell>
                <mxCell id="65" value="practice_session" style="shape=table;startSize=30;container=1;collapsible=1;childLayout=tableLayout;fixedRows=1;rowLines=0;fontStyle=1;align=center;resizeLast=1;html=1;" parent="1" vertex="1">
                    <mxGeometry x="245" y="355" width="180" height="90" as="geometry"/>
                </mxCell>
                <mxCell id="66" value="" style="shape=tableRow;horizontal=0;startSize=0;swimlaneHead=0;swimlaneBody=0;fillColor=none;collapsible=0;dropTarget=0;points=[[0,0.5],[1,0.5]];portConstraint=eastwest;top=0;left=0;right=0;bottom=1;" parent="65" vertex="1">
                    <mxGeometry y="30" width="180" height="30" as="geometry"/>
                </mxCell>
                <mxCell id="67" value="PK" style="shape=partialRectangle;connectable=0;fillColor=none;top=0;left=0;bottom=0;right=0;fontStyle=1;overflow=hidden;whiteSpace=wrap;html=1;" parent="66" vertex="1">
                    <mxGeometry width="30" height="30" as="geometry">
                        <mxRectangle width="30" height="30" as="alternateBounds"/>
                    </mxGeometry>
                </mxCell>
                <mxCell id="68" value="id: uuid" style="shape=partialRectangle;connectable=0;fillColor=none;top=0;left=0;bottom=0;right=0;align=left;spacingLeft=6;fontStyle=5;overflow=hidden;whiteSpace=wrap;html=1;" parent="66" vertex="1">
                    <mxGeometry x="30" width="150" height="30" as="geometry">
                        <mxRectangle width="150" height="30" as="alternateBounds"/>
                    </mxGeometry>
                </mxCell>
                <mxCell id="116" value="" style="shape=tableRow;horizontal=0;startSize=0;swimlaneHead=0;swimlaneBody=0;fillColor=none;collapsible=0;dropTarget=0;points=[[0,0.5],[1,0.5]];portConstraint=eastwest;top=0;left=0;right=0;bottom=0;" parent="65" vertex="1">
                    <mxGeometry y="60" width="180" height="30" as="geometry"/>
                </mxCell>
                <mxCell id="117" value="" style="shape=partialRectangle;connectable=0;fillColor=none;top=0;left=0;bottom=0;right=0;editable=1;overflow=hidden;" parent="116" vertex="1">
                    <mxGeometry width="30" height="30" as="geometry">
                        <mxRectangle width="30" height="30" as="alternateBounds"/>
                    </mxGeometry>
                </mxCell>
                <mxCell id="118" value="curr: bigint" style="shape=partialRectangle;connectable=0;fillColor=none;top=0;left=0;bottom=0;right=0;align=left;spacingLeft=6;overflow=hidden;" parent="116" vertex="1">
                    <mxGeometry x="30" width="150" height="30" as="geometry">
                        <mxRectangle width="150" height="30" as="alternateBounds"/>
                    </mxGeometry>
                </mxCell>
                <mxCell id="86" value="practice_session_deck_config" style="shape=table;startSize=30;container=1;collapsible=1;childLayout=tableLayout;fixedRows=1;rowLines=0;fontStyle=1;align=center;resizeLast=1;html=1;" parent="1" vertex="1">
                    <mxGeometry x="270" y="580" width="180" height="120" as="geometry"/>
                </mxCell>
                <mxCell id="87" value="" style="shape=tableRow;horizontal=0;startSize=0;swimlaneHead=0;swimlaneBody=0;fillColor=none;collapsible=0;dropTarget=0;points=[[0,0.5],[1,0.5]];portConstraint=eastwest;top=0;left=0;right=0;bottom=1;" parent="86" vertex="1">
                    <mxGeometry y="30" width="180" height="30" as="geometry"/>
                </mxCell>
                <mxCell id="88" value="PK" style="shape=partialRectangle;connectable=0;fillColor=none;top=0;left=0;bottom=0;right=0;fontStyle=1;overflow=hidden;whiteSpace=wrap;html=1;" parent="87" vertex="1">
                    <mxGeometry width="30" height="30" as="geometry">
                        <mxRectangle width="30" height="30" as="alternateBounds"/>
                    </mxGeometry>
                </mxCell>
                <mxCell id="89" value="id" style="shape=partialRectangle;connectable=0;fillColor=none;top=0;left=0;bottom=0;right=0;align=left;spacingLeft=6;fontStyle=5;overflow=hidden;whiteSpace=wrap;html=1;" parent="87" vertex="1">
                    <mxGeometry x="30" width="150" height="30" as="geometry">
                        <mxRectangle width="150" height="30" as="alternateBounds"/>
                    </mxGeometry>
                </mxCell>
                <mxCell id="104" value="" style="shape=tableRow;horizontal=0;startSize=0;swimlaneHead=0;swimlaneBody=0;fillColor=none;collapsible=0;dropTarget=0;points=[[0,0.5],[1,0.5]];portConstraint=eastwest;top=0;left=0;right=0;bottom=0;" parent="86" vertex="1">
                    <mxGeometry y="60" width="180" height="30" as="geometry"/>
                </mxCell>
                <mxCell id="105" value="FK" style="shape=partialRectangle;connectable=0;fillColor=none;top=0;left=0;bottom=0;right=0;fontStyle=0;overflow=hidden;whiteSpace=wrap;html=1;" parent="104" vertex="1">
                    <mxGeometry width="30" height="30" as="geometry">
                        <mxRectangle width="30" height="30" as="alternateBounds"/>
                    </mxGeometry>
                </mxCell>
                <mxCell id="106" value="practice_session_id: uuid" style="shape=partialRectangle;connectable=0;fillColor=none;top=0;left=0;bottom=0;right=0;align=left;spacingLeft=6;fontStyle=0;overflow=hidden;whiteSpace=wrap;html=1;" parent="104" vertex="1">
                    <mxGeometry x="30" width="150" height="30" as="geometry">
                        <mxRectangle width="150" height="30" as="alternateBounds"/>
                    </mxGeometry>
                </mxCell>
                <mxCell id="108" value="" style="shape=tableRow;horizontal=0;startSize=0;swimlaneHead=0;swimlaneBody=0;fillColor=none;collapsible=0;dropTarget=0;points=[[0,0.5],[1,0.5]];portConstraint=eastwest;top=0;left=0;right=0;bottom=0;" parent="86" vertex="1">
                    <mxGeometry y="90" width="180" height="30" as="geometry"/>
                </mxCell>
                <mxCell id="109" value="FK" style="shape=partialRectangle;connectable=0;fillColor=none;top=0;left=0;bottom=0;right=0;fontStyle=0;overflow=hidden;whiteSpace=wrap;html=1;" parent="108" vertex="1">
                    <mxGeometry width="30" height="30" as="geometry">
                        <mxRectangle width="30" height="30" as="alternateBounds"/>
                    </mxGeometry>
                </mxCell>
                <mxCell id="110" value="deck_config_id: uuid" style="shape=partialRectangle;connectable=0;fillColor=none;top=0;left=0;bottom=0;right=0;align=left;spacingLeft=6;fontStyle=0;overflow=hidden;whiteSpace=wrap;html=1;" parent="108" vertex="1">
                    <mxGeometry x="30" width="150" height="30" as="geometry">
                        <mxRectangle width="150" height="30" as="alternateBounds"/>
                    </mxGeometry>
                </mxCell>
                <mxCell id="111" value="" style="edgeStyle=entityRelationEdgeStyle;fontSize=12;html=1;endArrow=ERzeroToMany;startArrow=ERmandOne;entryX=1;entryY=0.5;entryDx=0;entryDy=0;exitX=0;exitY=0.5;exitDx=0;exitDy=0;" parent="1" source="66" target="83" edge="1">
                    <mxGeometry width="100" height="100" relative="1" as="geometry">
                        <mxPoint x="200" y="470" as="sourcePoint"/>
                        <mxPoint x="300" y="370" as="targetPoint"/>
                    </mxGeometry>
                </mxCell>
                <mxCell id="112" value="" style="edgeStyle=entityRelationEdgeStyle;fontSize=12;html=1;endArrow=ERzeroToMany;endFill=1;startArrow=ERzeroToMany;exitX=0;exitY=0.5;exitDx=0;exitDy=0;entryX=0.066;entryY=1.081;entryDx=0;entryDy=0;entryPerimeter=0;rounded=1;curved=0;" parent="1" source="104" target="66" edge="1">
                    <mxGeometry width="100" height="100" relative="1" as="geometry">
                        <mxPoint x="260" y="671.15" as="sourcePoint"/>
                        <mxPoint x="240" y="470" as="targetPoint"/>
                        <Array as="points">
                            <mxPoint x="216.34" y="799.57"/>
                            <mxPoint x="174.66" y="805.72"/>
                            <mxPoint x="230" y="480"/>
                            <mxPoint x="250" y="480"/>
                            <mxPoint x="250" y="500"/>
                        </Array>
                    </mxGeometry>
                </mxCell>
                <mxCell id="114" value="" style="edgeStyle=entityRelationEdgeStyle;fontSize=12;html=1;endArrow=ERzeroToMany;endFill=1;startArrow=ERzeroToMany;entryX=1;entryY=0.5;entryDx=0;entryDy=0;exitX=1;exitY=0.5;exitDx=0;exitDy=0;" parent="1" source="108" target="7" edge="1">
                    <mxGeometry width="100" height="100" relative="1" as="geometry">
                        <mxPoint x="470" y="620" as="sourcePoint"/>
                        <mxPoint x="320" y="490" as="targetPoint"/>
                        <Array as="points">
                            <mxPoint x="450" y="680"/>
                            <mxPoint x="800" y="640"/>
                        </Array>
                    </mxGeometry>
                </mxCell>
            </root>
        </mxGraphModel>
    </diagram>
</mxfile>